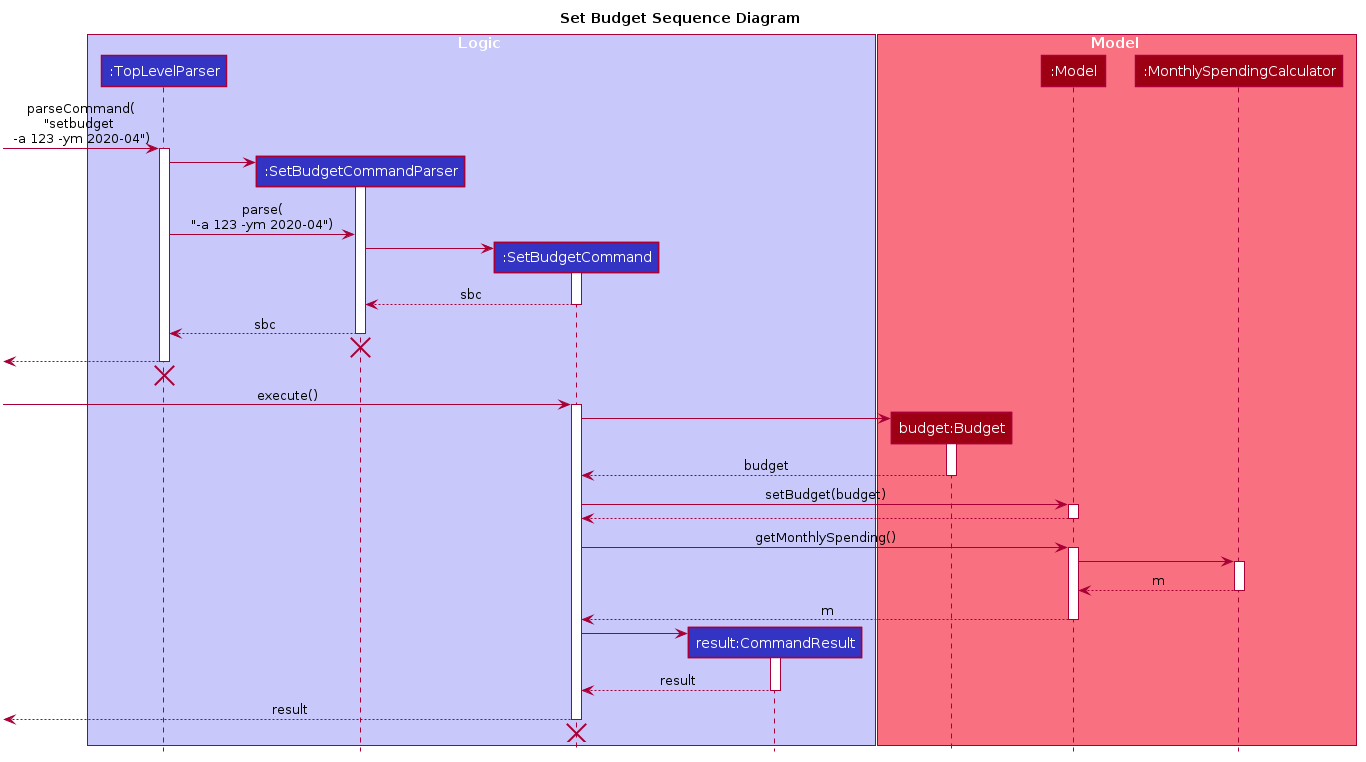
Above: images/SetBudgetSequenceDiagram.png in AY1920S2-CS2103T-T10-3/main (PlantUML), before the change.
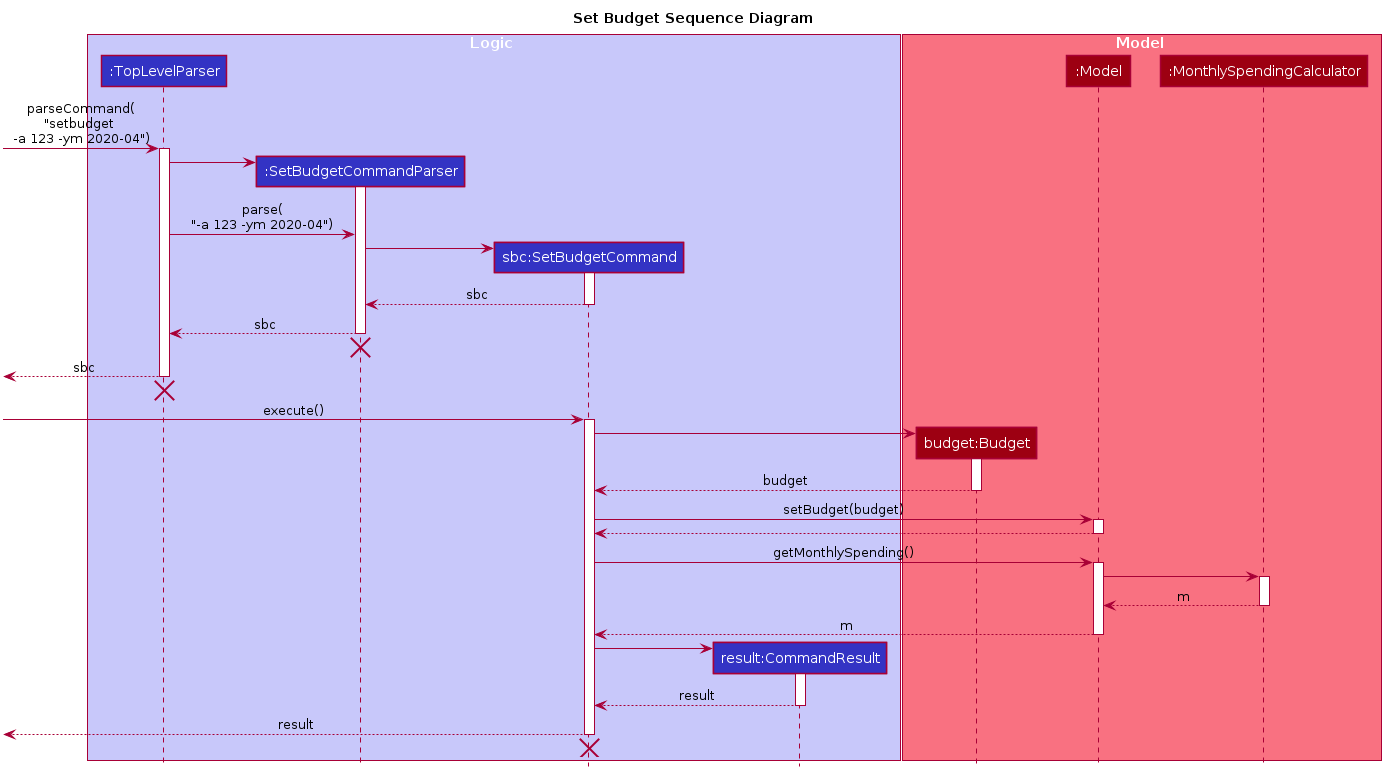
After the commit.

The edit, as a diff of the source:
```diff
@@ -38,6 +38,10 @@
     Padding 20
 }
 
+skinparam TextColor {
+    FontColor #FFFFFF
+}
+
 skinparam MinClassWidth 50
 skinparam ParticipantPadding 10
 skinparam Shadowing false
@@ -51,7 +55,7 @@
 box Logic #C8C8FA
 participant ":TopLevelParser" as TopLevelParser #3333C4
 participant ":SetBudgetCommandParser" as SetBudgetCommandParser #3333C4
-participant ":SetBudgetCommand" as SetBudgetCommand #3333C4
+participant "sbc:SetBudgetCommand" as SetBudgetCommand #3333C4
 participant "result:CommandResult" as CommandResult #3333C4
 end box
 
@@ -85,7 +89,7 @@
 [<-[hidden]- SetBudgetCommandParser
 destroy SetBudgetCommandParser
 
-[<-- TopLevelParser
+[<-- TopLevelParser : sbc
 deactivate TopLevelParser
 
 [<-[hidden]- TopLevelParser
```
